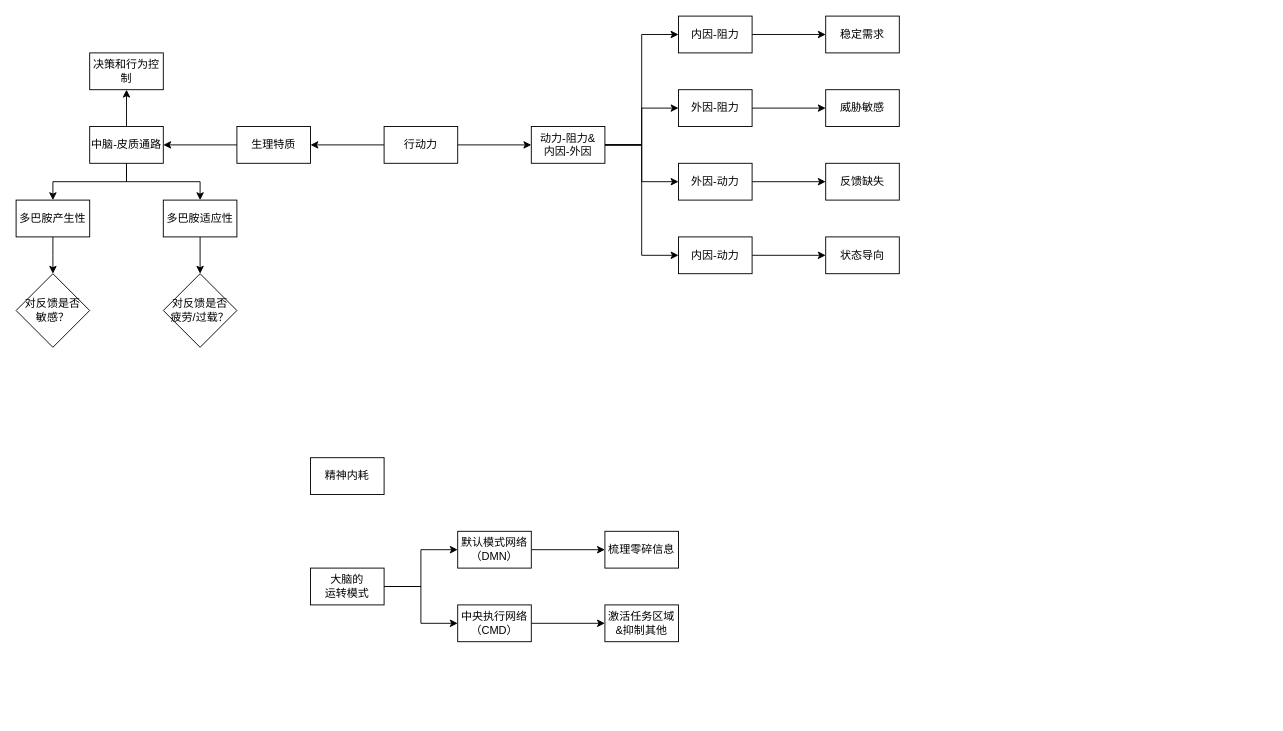
The draw.io diagram 果断行动.drawio in youyusan/open_mind, before the edit. Source tidied: cells renumbered, new cells numbered last; positions are measured from the earlier drawing's top-left corner, leaving out a move shared by most shapes. Both pictures are drawn from the tidied source at 92%, with x=0, y=0 at pixel (16, 16).
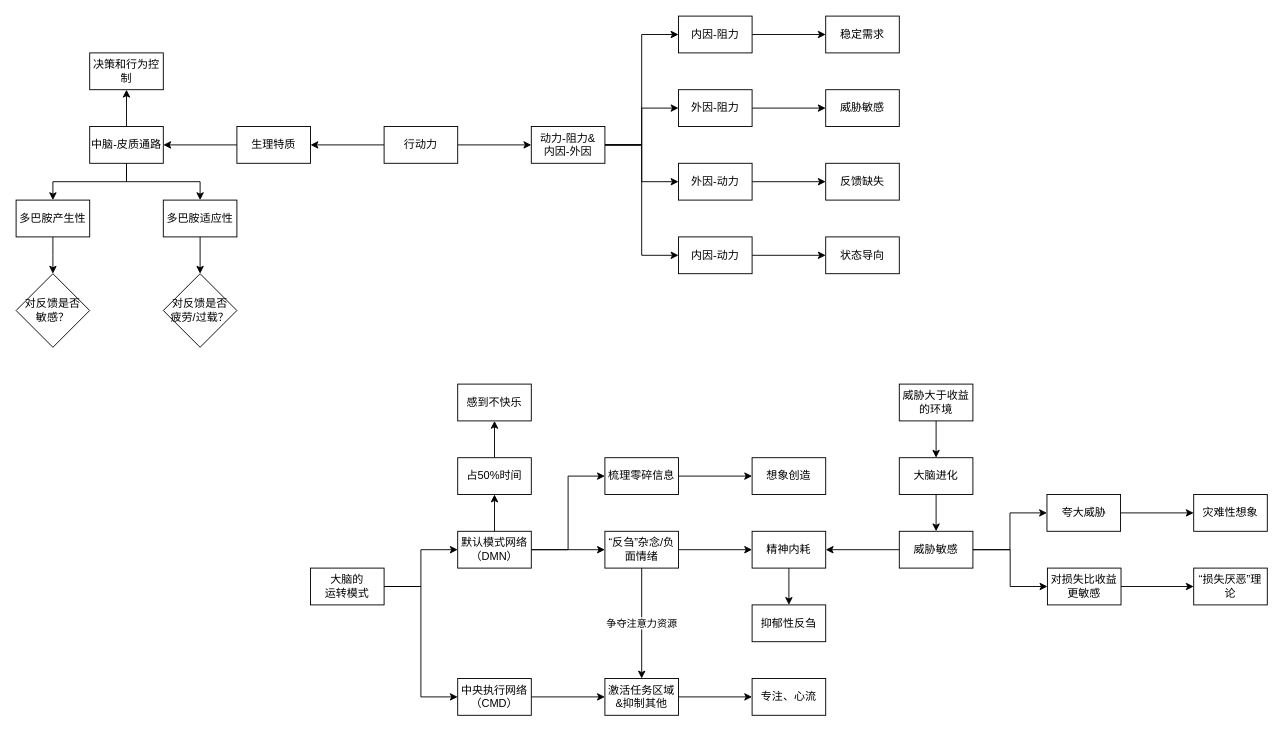
Above is the later version.

Commit message (it also covers changes not shown here):
更新果断行动.drawio

The change refers to these unchanged cells:
```xml
<mxCell id="41" value="&lt;div style=&quot;&quot;&gt;&lt;span style=&quot;background-color: initial;&quot;&gt;默认模式网络（DMN）&lt;/span&gt;&lt;/div&gt;" style="rounded=0;whiteSpace=wrap;html=1;align=center;" parent="1" vertex="1">
  <mxGeometry x="480" y="560" width="80" height="40" as="geometry" />
</mxCell>
```

The edit, as a diff of the source:
```diff
@@
+    <mxCell id="45" style="edgeStyle=orthogonalEdgeStyle;rounded=0;jettySize=auto;html=1;entryX=0.5;entryY=1;entryDx=0;entryDy=0;" parent="1" edge="1" source="35" target="69">
+      <mxGeometry relative="1" as="geometry" />
+    </mxCell>
-    <mxCell id="35" value="精神内耗" style="rounded=0;whiteSpace=wrap;html=1;" parent="1" vertex="1">
-      <mxGeometry x="320" y="480" width="80" height="40" as="geometry" />
+    <mxCell id="35" value="占50%时间" style="rounded=0;whiteSpace=wrap;html=1;" parent="1" vertex="1">
+      <mxGeometry x="480" y="480" width="80" height="40" as="geometry" />
     </mxCell>
@@
+    <mxCell id="46" style="edgeStyle=orthogonalEdgeStyle;rounded=0;jettySize=auto;html=1;" parent="1" edge="1" source="39" target="56">
+      <mxGeometry relative="1" as="geometry" />
+    </mxCell>
     <mxCell id="39" value="&lt;div style=&quot;text-align: left;&quot;&gt;&lt;span style=&quot;background-color: initial;&quot;&gt;梳理零碎信息&lt;/span&gt;&lt;/div&gt;" style="rounded=0;whiteSpace=wrap;html=1;" parent="1" vertex="1">
-      <mxGeometry x="640" y="560" width="80" height="40" as="geometry" />
+      <mxGeometry x="640" y="480" width="80" height="40" as="geometry" />
     </mxCell>
@@
+    <mxCell id="47" style="edgeStyle=orthogonalEdgeStyle;rounded=0;jettySize=auto;html=1;entryX=0;entryY=0.5;entryDx=0;entryDy=0;" parent="1" edge="1" source="41" target="52">
+      <mxGeometry relative="1" as="geometry" />
+    </mxCell>
+    <mxCell id="48" style="edgeStyle=orthogonalEdgeStyle;rounded=0;jettySize=auto;html=1;" parent="1" edge="1" source="41" target="35">
+      <mxGeometry relative="1" as="geometry" />
+    </mxCell>
@@
     <mxCell id="43" value="&lt;div style=&quot;&quot;&gt;&lt;span style=&quot;background-color: initial;&quot;&gt;中央执行网络&lt;br&gt;（CMD）&lt;/span&gt;&lt;/div&gt;" style="rounded=0;whiteSpace=wrap;html=1;align=center;" parent="1" vertex="1">
-      <mxGeometry x="480" y="640" width="80" height="40" as="geometry" />
+      <mxGeometry x="480" y="720" width="80" height="40" as="geometry" />
     </mxCell>
+    <mxCell id="49" style="edgeStyle=orthogonalEdgeStyle;rounded=0;jettySize=auto;html=1;" parent="1" edge="1" source="44" target="55">
+      <mxGeometry relative="1" as="geometry" />
+    </mxCell>
     <mxCell id="44" value="&lt;div style=&quot;&quot;&gt;&lt;span style=&quot;background-color: initial;&quot;&gt;激活任务区域&amp;amp;抑制其他&lt;/span&gt;&lt;/div&gt;" style="rounded=0;whiteSpace=wrap;html=1;align=center;" parent="1" vertex="1">
-      <mxGeometry x="640" y="640" width="80" height="40" as="geometry" />
+      <mxGeometry x="640" y="720" width="80" height="40" as="geometry" />
     </mxCell>
+    <mxCell id="50" style="edgeStyle=orthogonalEdgeStyle;rounded=0;jettySize=auto;html=1;" parent="1" edge="1" source="52" target="54">
+      <mxGeometry relative="1" as="geometry" />
+    </mxCell>
+    <mxCell id="51" value="争夺注意力资源" style="edgeStyle=orthogonalEdgeStyle;rounded=0;jettySize=auto;html=1;" parent="1" edge="1" source="52" target="44">
+      <mxGeometry relative="1" as="geometry" />
+    </mxCell>
+    <mxCell id="52" value="&lt;div style=&quot;&quot;&gt;“反刍”杂念/负面情绪&lt;br&gt;&lt;/div&gt;" style="rounded=0;whiteSpace=wrap;html=1;align=center;" parent="1" vertex="1">
+      <mxGeometry x="640" y="560" width="80" height="40" as="geometry" />
+    </mxCell>
+    <mxCell id="53" style="edgeStyle=orthogonalEdgeStyle;rounded=0;jettySize=auto;html=1;entryX=0.5;entryY=0;entryDx=0;entryDy=0;" parent="1" edge="1" source="54" target="72">
+      <mxGeometry relative="1" as="geometry" />
+    </mxCell>
+    <mxCell id="54" value="&lt;div style=&quot;&quot;&gt;精神内耗&lt;br&gt;&lt;/div&gt;" style="rounded=0;whiteSpace=wrap;html=1;align=center;" parent="1" vertex="1">
+      <mxGeometry x="800" y="560" width="80" height="40" as="geometry" />
+    </mxCell>
+    <mxCell id="55" value="&lt;div style=&quot;&quot;&gt;专注、心流&lt;/div&gt;" style="rounded=0;whiteSpace=wrap;html=1;align=center;" parent="1" vertex="1">
+      <mxGeometry x="800" y="720" width="80" height="40" as="geometry" />
+    </mxCell>
+    <mxCell id="56" value="&lt;div style=&quot;text-align: left;&quot;&gt;&lt;span style=&quot;background-color: initial;&quot;&gt;想象创造&lt;/span&gt;&lt;/div&gt;" style="rounded=0;whiteSpace=wrap;html=1;" parent="1" vertex="1">
+      <mxGeometry x="800" y="480" width="80" height="40" as="geometry" />
+    </mxCell>
+    <mxCell id="57" style="edgeStyle=orthogonalEdgeStyle;rounded=0;jettySize=auto;html=1;entryX=1;entryY=0.5;entryDx=0;entryDy=0;" parent="1" edge="1" source="60" target="54">
+      <mxGeometry relative="1" as="geometry" />
+    </mxCell>
+    <mxCell id="58" style="edgeStyle=orthogonalEdgeStyle;rounded=0;jettySize=auto;html=1;entryX=0;entryY=0.5;entryDx=0;entryDy=0;" parent="1" edge="1" source="60" target="62">
+      <mxGeometry relative="1" as="geometry" />
+    </mxCell>
+    <mxCell id="59" style="edgeStyle=orthogonalEdgeStyle;rounded=0;jettySize=auto;html=1;entryX=0;entryY=0.5;entryDx=0;entryDy=0;" parent="1" edge="1" source="60" target="68">
+      <mxGeometry relative="1" as="geometry" />
+    </mxCell>
+    <mxCell id="60" value="&lt;div style=&quot;&quot;&gt;威胁敏感&lt;br&gt;&lt;/div&gt;" style="rounded=0;whiteSpace=wrap;html=1;align=center;" parent="1" vertex="1">
+      <mxGeometry x="960" y="560" width="80" height="40" as="geometry" />
+    </mxCell>
+    <mxCell id="61" style="edgeStyle=orthogonalEdgeStyle;rounded=0;jettySize=auto;html=1;" parent="1" edge="1" source="62" target="71">
+      <mxGeometry relative="1" as="geometry" />
+    </mxCell>
+    <mxCell id="62" value="&lt;div style=&quot;&quot;&gt;夸大威胁&lt;/div&gt;" style="rounded=0;whiteSpace=wrap;html=1;align=center;" parent="1" vertex="1">
+      <mxGeometry x="1120.5" y="520" width="80" height="40" as="geometry" />
+    </mxCell>
+    <mxCell id="63" style="edgeStyle=orthogonalEdgeStyle;rounded=0;jettySize=auto;html=1;entryX=0.5;entryY=0;entryDx=0;entryDy=0;" parent="1" edge="1" source="64" target="60">
+      <mxGeometry relative="1" as="geometry" />
+    </mxCell>
+    <mxCell id="64" value="大脑进化" style="rounded=0;whiteSpace=wrap;html=1;align=center;" parent="1" vertex="1">
+      <mxGeometry x="960" y="480" width="80" height="40" as="geometry" />
+    </mxCell>
+    <mxCell id="65" style="edgeStyle=orthogonalEdgeStyle;rounded=0;jettySize=auto;html=1;entryX=0.5;entryY=0;entryDx=0;entryDy=0;" parent="1" edge="1" source="66" target="64">
+      <mxGeometry relative="1" as="geometry" />
+    </mxCell>
+    <mxCell id="66" value="威胁大于收益的环境" style="rounded=0;whiteSpace=wrap;html=1;align=center;" parent="1" vertex="1">
+      <mxGeometry x="960" y="400" width="80" height="40" as="geometry" />
+    </mxCell>
+    <mxCell id="67" style="edgeStyle=orthogonalEdgeStyle;rounded=0;jettySize=auto;html=1;entryX=0;entryY=0.5;entryDx=0;entryDy=0;" parent="1" edge="1" source="68" target="70">
+      <mxGeometry relative="1" as="geometry" />
+    </mxCell>
+    <mxCell id="68" value="&lt;div style=&quot;&quot;&gt;对损失比收益更敏感&lt;/div&gt;" style="rounded=0;whiteSpace=wrap;html=1;align=center;" parent="1" vertex="1">
+      <mxGeometry x="1121" y="600" width="80" height="40" as="geometry" />
+    </mxCell>
+    <mxCell id="69" value="感到不快乐" style="rounded=0;whiteSpace=wrap;html=1;" parent="1" vertex="1">
+      <mxGeometry x="480" y="400" width="80" height="40" as="geometry" />
+    </mxCell>
+    <mxCell id="70" value="&lt;div style=&quot;&quot;&gt;“损失厌恶”理论&lt;/div&gt;" style="rounded=0;whiteSpace=wrap;html=1;align=center;" parent="1" vertex="1">
+      <mxGeometry x="1280" y="600" width="80" height="40" as="geometry" />
+    </mxCell>
+    <mxCell id="71" value="&lt;div style=&quot;&quot;&gt;灾难性想象&lt;/div&gt;" style="rounded=0;whiteSpace=wrap;html=1;align=center;" parent="1" vertex="1">
+      <mxGeometry x="1280" y="520" width="80" height="40" as="geometry" />
+    </mxCell>
+    <mxCell id="72" value="&lt;div style=&quot;&quot;&gt;抑郁性反刍&lt;br&gt;&lt;/div&gt;" style="rounded=0;whiteSpace=wrap;html=1;align=center;" parent="1" vertex="1">
+      <mxGeometry x="800" y="640" width="80" height="40" as="geometry" />
+    </mxCell>
```
